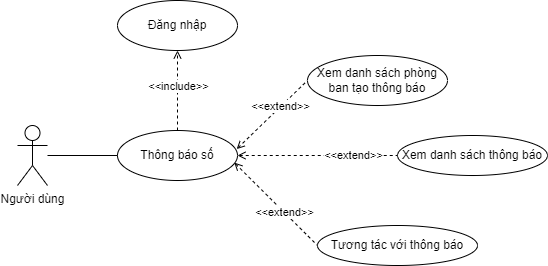
Earlier version of the draw.io export usecase diagram/Thông báo nội khu-Thông báo số.drawio.png (kienndhn/draw-io). Source tidied: cells renumbered, new cells last; positions are measured from the earlier drawing's top-left corner, leaving out a move shared by most shapes.
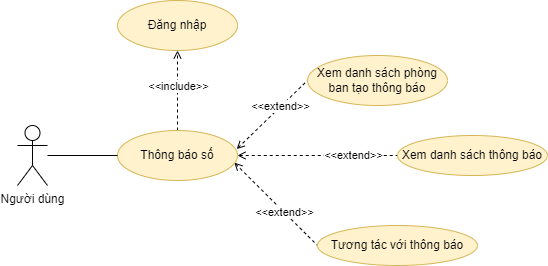
After the change.

Change to the diagram source:
```diff
@@ -24,13 +24,13 @@
         <mxPoint x="24" y="23" as="offset" />
       </mxGeometry>
     </mxCell>
-    <mxCell id="8" value="Xem danh sách phòng ban tạo thông báo" style="ellipse;whiteSpace=wrap;html=1;" parent="1" vertex="1">
+    <mxCell id="8" value="Xem danh sách phòng ban tạo thông báo" style="ellipse;whiteSpace=wrap;html=1;fillColor=#fff2cc;strokeColor=#d6b656;" parent="1" vertex="1">
       <mxGeometry x="290" y="55" width="140" height="50" as="geometry" />
     </mxCell>
-    <mxCell id="9" value="Xem danh sách thông báo" style="ellipse;whiteSpace=wrap;html=1;" parent="1" vertex="1">
+    <mxCell id="9" value="Xem danh sách thông báo" style="ellipse;whiteSpace=wrap;html=1;fillColor=#fff2cc;strokeColor=#d6b656;" parent="1" vertex="1">
       <mxGeometry x="380" y="135" width="150" height="40" as="geometry" />
     </mxCell>
-    <mxCell id="10" value="Tương tác với thông báo" style="ellipse;whiteSpace=wrap;html=1;" parent="1" vertex="1">
+    <mxCell id="10" value="Tương tác với thông báo" style="ellipse;whiteSpace=wrap;html=1;fillColor=#fff2cc;strokeColor=#d6b656;" parent="1" vertex="1">
       <mxGeometry x="300" y="225" width="160" height="40" as="geometry" />
     </mxCell>
     <mxCell id="11" style="edgeStyle=none;rounded=0;jettySize=auto;html=1;dashed=1;startArrow=none;startFill=0;endArrow=open;endFill=0;" parent="1" edge="1" source="13" target="16">
@@ -41,7 +41,7 @@
         <mxPoint x="-2" y="9" as="offset" />
       </mxGeometry>
     </mxCell>
-    <mxCell id="13" value="Thông báo số" style="ellipse;whiteSpace=wrap;html=1;" parent="1" vertex="1">
+    <mxCell id="13" value="Thông báo số" style="ellipse;whiteSpace=wrap;html=1;fillColor=#fff2cc;strokeColor=#d6b656;" parent="1" vertex="1">
       <mxGeometry x="100" y="130" width="120" height="50" as="geometry" />
     </mxCell>
     <mxCell id="14" style="edgeStyle=none;rounded=0;jettySize=auto;html=1;startArrow=none;startFill=0;endArrow=none;endFill=0;" parent="1" edge="1" source="15" target="13">
@@ -50,7 +50,7 @@
     <mxCell id="15" value="Người dùng" style="shape=umlActor;verticalLabelPosition=bottom;verticalAlign=top;html=1;outlineConnect=0;" parent="1" vertex="1">
       <mxGeometry y="125" width="30" height="60" as="geometry" />
     </mxCell>
-    <mxCell id="16" value="Đăng nhập" style="ellipse;whiteSpace=wrap;html=1;" parent="1" vertex="1">
+    <mxCell id="16" value="Đăng nhập" style="ellipse;whiteSpace=wrap;html=1;fillColor=#fff2cc;strokeColor=#d6b656;" parent="1" vertex="1">
       <mxGeometry x="100" width="120" height="50" as="geometry" />
     </mxCell>
   </root>
```
